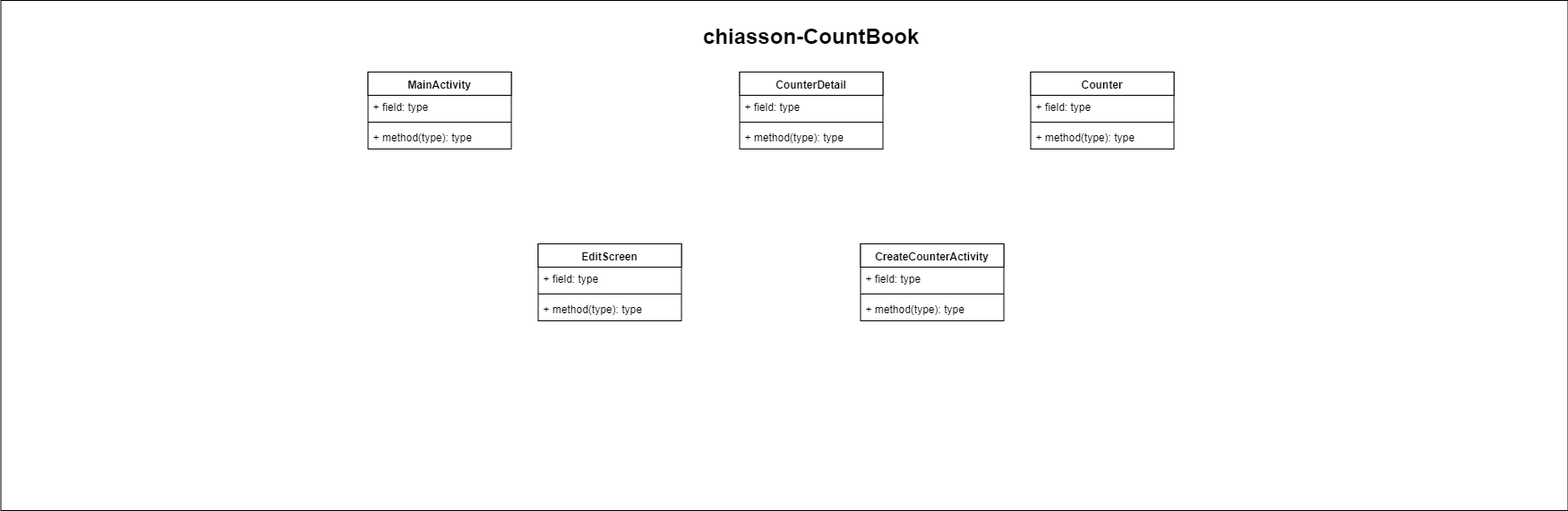
The draw.io diagram doc/chiasson-CountBook.png in cchiasson/CountBook, before a commit. Source tidied: cells renumbered, new cells last; positions are measured from the earlier drawing's top-left corner, leaving out a move shared by most shapes.
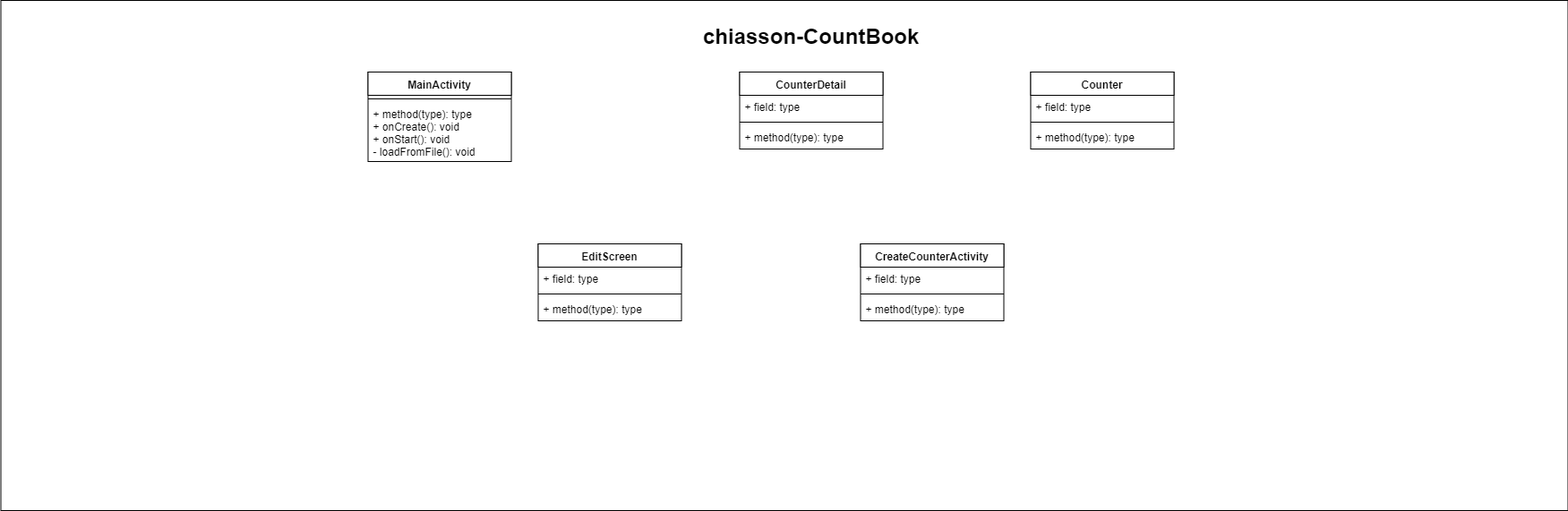
The same file after the commit.

What changed in the source:
```diff
@@ -9,16 +9,13 @@
       <mxGeometry x="150" y="20" width="1510" height="40" as="geometry" />
     </mxCell>
     <mxCell id="4" value="MainActivity" style="swimlane;fontStyle=1;align=center;verticalAlign=top;horizontal=1;startSize=26;swimlaneFillColor=#ffffff;" parent="1" vertex="1">
-      <mxGeometry x="410" y="80" width="160" height="86" as="geometry" />
+      <mxGeometry x="410" y="80" width="160" height="100" as="geometry" />
     </mxCell>
-    <mxCell id="5" value="+ field: type" style="text;strokeColor=none;fillColor=none;align=left;verticalAlign=top;spacingLeft=4;spacingRight=4;overflow=hidden;" parent="4" vertex="1">
-      <mxGeometry y="26" width="160" height="26" as="geometry" />
-    </mxCell>
     <mxCell id="6" style="line;strokeWidth=1;fillColor=none;align=left;verticalAlign=middle;spacingTop=-1;spacingLeft=3;spacingRight=3;labelPosition=right;" parent="4" vertex="1">
-      <mxGeometry y="52" width="160" height="8" as="geometry" />
+      <mxGeometry y="26" width="160" height="8" as="geometry" />
     </mxCell>
-    <mxCell id="7" value="+ method(type): type" style="text;strokeColor=none;fillColor=none;align=left;verticalAlign=top;spacingLeft=4;spacingRight=4;overflow=hidden;" parent="4" vertex="1">
-      <mxGeometry y="60" width="160" height="26" as="geometry" />
+    <mxCell id="7" value="+ method(type): type&#10;+ onCreate(): void&#10;+ onStart(): void&#10;- loadFromFile(): void" style="text;strokeColor=none;fillColor=none;align=left;verticalAlign=top;spacingLeft=4;spacingRight=4;overflow=hidden;" parent="4" vertex="1">
+      <mxGeometry y="34" width="160" height="66" as="geometry" />
     </mxCell>
     <mxCell id="8" value="CounterDetail" style="swimlane;fontStyle=1;align=center;verticalAlign=top;horizontal=1;startSize=26;swimlaneFillColor=#ffffff;" parent="1" vertex="1">
       <mxGeometry x="825" y="80" width="160" height="86" as="geometry" />
```
